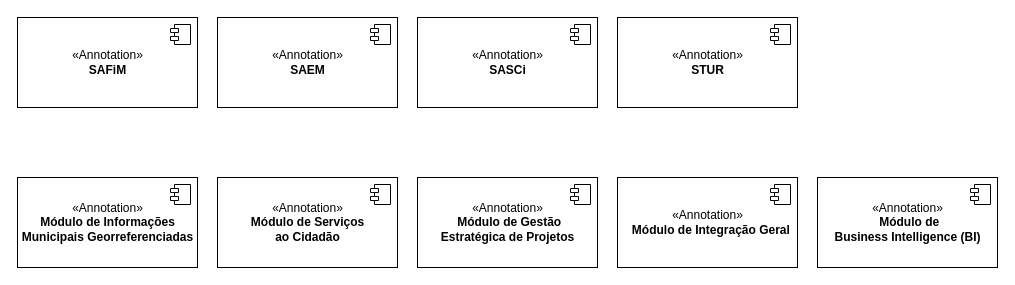
The draw.io diagram diagrama-de-componentes.drawio in sgm-poc/sgm-diagramas, before the edit. Source tidied: cells renumbered, new cells numbered last; positions are measured from the earlier drawing's top-left corner, leaving out a move shared by most shapes. Both pictures are drawn from the tidied source at 100%, with x=0, y=0 at pixel (17, 17).
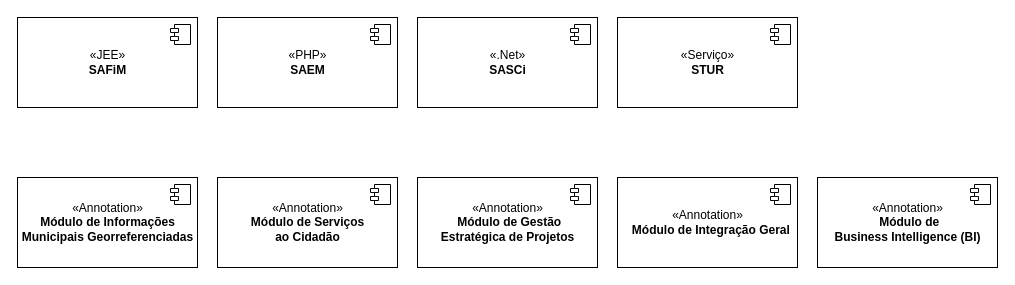
The same diagram, later.

Change to the diagram source:
```diff
@@
-    <mxCell id="2" value="«Annotation»&lt;br&gt;&lt;b&gt;SAFiM&lt;/b&gt;" style="html=1;" parent="1" vertex="1">
+    <mxCell id="2" value="«JEE»&lt;br&gt;&lt;b&gt;SAFiM&lt;/b&gt;" style="html=1;" parent="1" vertex="1">
       <mxGeometry width="180" height="90" as="geometry" />
     </mxCell>
@@
-    <mxCell id="4" value="«Annotation»&lt;br&gt;&lt;b&gt;SAEM&lt;/b&gt;" style="html=1;" parent="1" vertex="1">
+    <mxCell id="4" value="«PHP»&lt;br&gt;&lt;b&gt;SAEM&lt;/b&gt;" style="html=1;" parent="1" vertex="1">
       <mxGeometry x="200" width="180" height="90" as="geometry" />
     </mxCell>
@@
-    <mxCell id="6" value="«Annotation»&lt;br&gt;&lt;b&gt;SASCi&lt;/b&gt;" style="html=1;" parent="1" vertex="1">
+    <mxCell id="6" value="«.Net»&lt;br&gt;&lt;b&gt;SASCi&lt;/b&gt;" style="html=1;" parent="1" vertex="1">
       <mxGeometry x="400" width="180" height="90" as="geometry" />
     </mxCell>
@@
-    <mxCell id="8" value="«Annotation»&lt;br&gt;&lt;b&gt;STUR&lt;/b&gt;" style="html=1;" parent="1" vertex="1">
+    <mxCell id="8" value="«Serviço»&lt;br&gt;&lt;b&gt;STUR&lt;/b&gt;" style="html=1;" parent="1" vertex="1">
       <mxGeometry x="600" width="180" height="90" as="geometry" />
     </mxCell>
```
